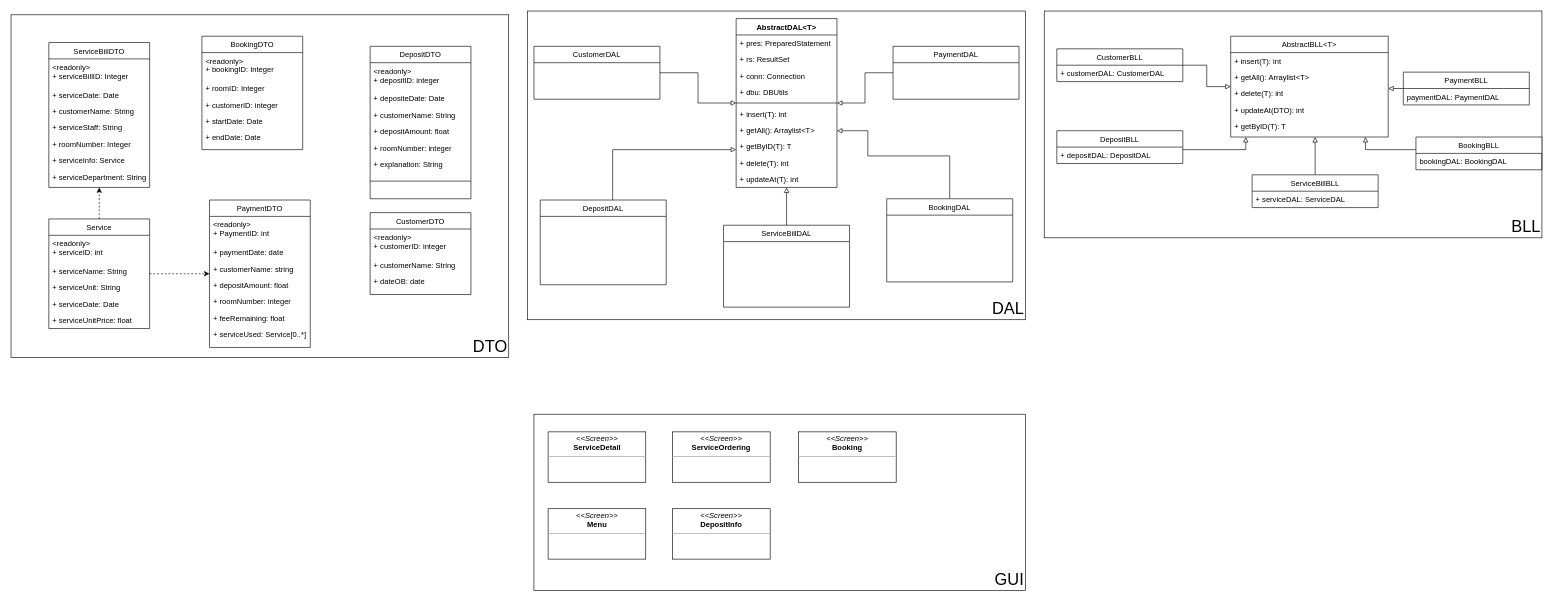
Before: Diagram/Class Diagram.drawio in jonathanha52/SE104.L23.PMCL, a draw.io diagram. Source tidied: cells renumbered, new cells numbered last; positions are measured from the earlier drawing's top-left corner, leaving out a move shared by most shapes. Both pictures are drawn from the tidied source at 63%, with x=0, y=0 at pixel (11, 11).
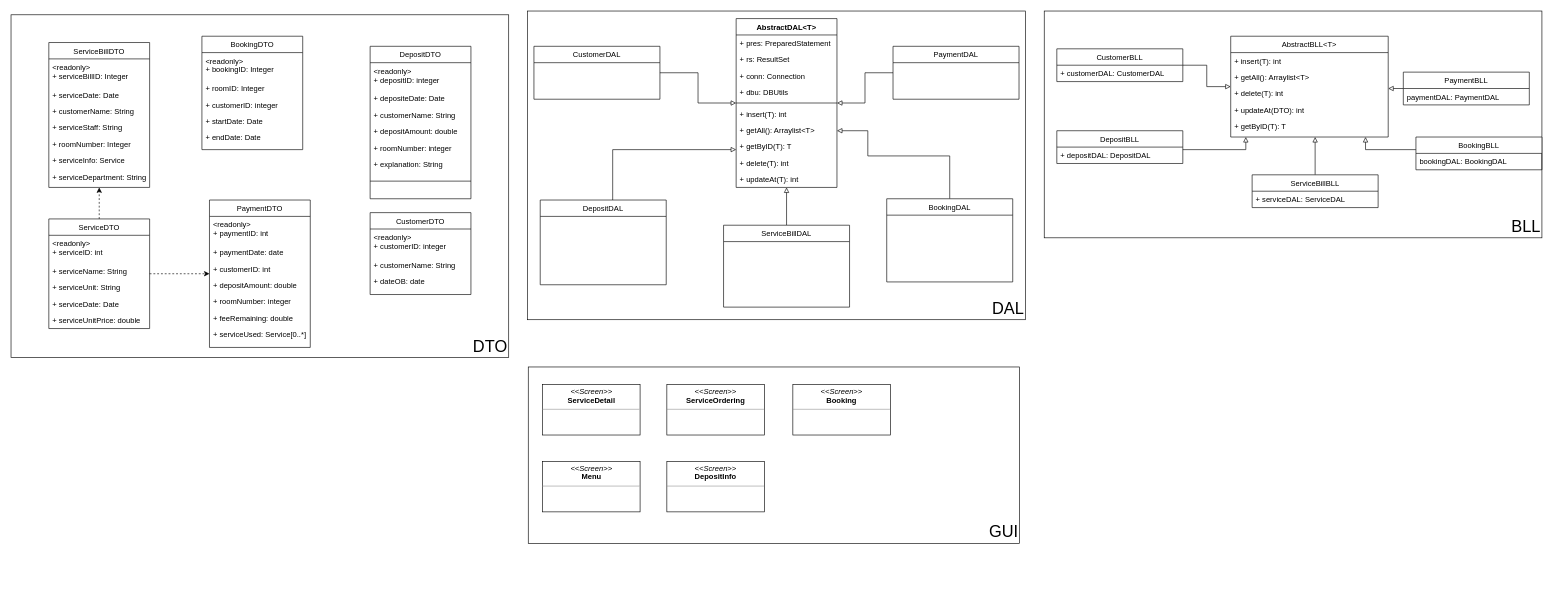
Above is the later version.

The change refers to these unchanged cells:
```xml
<mxCell id="20" value="DepositDTO" style="swimlane;fontStyle=0;align=center;verticalAlign=top;horizontal=1;startSize=26;rounded=0;shadow=0;strokeWidth=1;" parent="1" vertex="1">
  <mxGeometry x="570" y="56" width="160" height="242" as="geometry" />
</mxCell>
<mxCell id="28" value="PaymentDTO" style="swimlane;fontStyle=0;align=center;verticalAlign=top;horizontal=1;startSize=26;rounded=0;shadow=0;strokeWidth=1;" parent="1" vertex="1">
  <mxGeometry x="315" y="300" width="160" height="234" as="geometry" />
</mxCell>
```

What changed in the source:
```diff
@@
-    <mxCell id="14" value="Service" style="swimlane;fontStyle=0;align=center;verticalAlign=top;horizontal=1;startSize=26;rounded=0;shadow=0;strokeWidth=1;" parent="1" vertex="1">
+    <mxCell id="14" value="ServiceDTO" style="swimlane;fontStyle=0;align=center;verticalAlign=top;horizontal=1;startSize=26;rounded=0;shadow=0;strokeWidth=1;" parent="1" vertex="1">
       <mxGeometry x="60" y="330" width="160" height="174" as="geometry" />
     </mxCell>
@@
-    <mxCell id="19" value="+ serviceUnitPrice: float" style="text;align=left;verticalAlign=top;spacingLeft=4;spacingRight=4;overflow=hidden;rounded=0;shadow=0;html=0;" parent="14" vertex="1">
+    <mxCell id="19" value="+ serviceUnitPrice: double" style="text;align=left;verticalAlign=top;spacingLeft=4;spacingRight=4;overflow=hidden;rounded=0;shadow=0;html=0;" parent="14" vertex="1">
       <mxGeometry y="148" width="160" height="26" as="geometry" />
     </mxCell>
@@
-    <mxCell id="24" value="+ depositAmount: float" style="text;align=left;verticalAlign=top;spacingLeft=4;spacingRight=4;overflow=hidden;rounded=0;shadow=0;html=0;" parent="20" vertex="1">
+    <mxCell id="24" value="+ depositAmount: double" style="text;align=left;verticalAlign=top;spacingLeft=4;spacingRight=4;overflow=hidden;rounded=0;shadow=0;html=0;" parent="20" vertex="1">
       <mxGeometry y="122" width="160" height="26" as="geometry" />
     </mxCell>
@@
-    <mxCell id="29" value="&lt;readonly&gt;&#10;+ PaymentID: int" style="text;align=left;verticalAlign=top;spacingLeft=4;spacingRight=4;overflow=hidden;" parent="28" vertex="1">
+    <mxCell id="29" value="&lt;readonly&gt;&#10;+ paymentID: int" style="text;align=left;verticalAlign=top;spacingLeft=4;spacingRight=4;overflow=hidden;" parent="28" vertex="1">
       <mxGeometry y="26" width="160" height="44" as="geometry" />
     </mxCell>
@@
-    <mxCell id="31" value="+ customerName: string" style="text;align=left;verticalAlign=top;spacingLeft=4;spacingRight=4;overflow=hidden;rounded=0;shadow=0;html=0;" parent="28" vertex="1">
+    <mxCell id="31" value="+ customerID: int" style="text;align=left;verticalAlign=top;spacingLeft=4;spacingRight=4;overflow=hidden;rounded=0;shadow=0;html=0;" parent="28" vertex="1">
       <mxGeometry y="96" width="160" height="26" as="geometry" />
     </mxCell>
-    <mxCell id="32" value="+ depositAmount: float" style="text;align=left;verticalAlign=top;spacingLeft=4;spacingRight=4;overflow=hidden;rounded=0;shadow=0;html=0;" parent="28" vertex="1">
+    <mxCell id="32" value="+ depositAmount: double" style="text;align=left;verticalAlign=top;spacingLeft=4;spacingRight=4;overflow=hidden;rounded=0;shadow=0;html=0;" parent="28" vertex="1">
       <mxGeometry y="122" width="160" height="26" as="geometry" />
     </mxCell>
@@
-    <mxCell id="34" value="+ feeRemaining: float" style="text;align=left;verticalAlign=top;spacingLeft=4;spacingRight=4;overflow=hidden;rounded=0;shadow=0;html=0;" parent="28" vertex="1">
+    <mxCell id="34" value="+ feeRemaining: double" style="text;align=left;verticalAlign=top;spacingLeft=4;spacingRight=4;overflow=hidden;rounded=0;shadow=0;html=0;" parent="28" vertex="1">
       <mxGeometry y="174" width="160" height="26" as="geometry" />
     </mxCell>
@@
     <mxCell id="72" value="GUI" style="rounded=0;whiteSpace=wrap;html=1;fillColor=none;shadow=0;glass=0;align=right;verticalAlign=bottom;fontSize=26;" parent="1" vertex="1">
-      <mxGeometry x="830" y="640" width="780" height="280" as="geometry" />
+      <mxGeometry x="821" y="565" width="780" height="280" as="geometry" />
     </mxCell>
     <mxCell id="73" value="&lt;p style=&quot;margin: 0px ; margin-top: 4px ; text-align: center&quot;&gt;&lt;i&gt;&amp;lt;&amp;lt;Screen&amp;gt;&amp;gt;&lt;/i&gt;&lt;br&gt;&lt;b&gt;ServiceDetail&lt;/b&gt;&lt;/p&gt;&lt;hr size=&quot;1&quot;&gt;&lt;p style=&quot;margin: 0px ; margin-left: 4px&quot;&gt;&lt;br&gt;&lt;/p&gt;" style="verticalAlign=top;align=left;overflow=fill;fontSize=12;fontFamily=Helvetica;html=1;" parent="1" vertex="1">
-      <mxGeometry x="852.5" y="668" width="155" height="80" as="geometry" />
+      <mxGeometry x="843.5" y="593" width="155" height="80" as="geometry" />
     </mxCell>
     <mxCell id="74" value="&lt;p style=&quot;margin: 0px ; margin-top: 4px ; text-align: center&quot;&gt;&lt;i&gt;&amp;lt;&amp;lt;Screen&amp;gt;&amp;gt;&lt;/i&gt;&lt;br&gt;&lt;b&gt;ServiceOrdering&lt;/b&gt;&lt;/p&gt;&lt;hr size=&quot;1&quot;&gt;&lt;p style=&quot;margin: 0px ; margin-left: 4px&quot;&gt;&lt;br&gt;&lt;/p&gt;" style="verticalAlign=top;align=left;overflow=fill;fontSize=12;fontFamily=Helvetica;html=1;" parent="1" vertex="1">
-      <mxGeometry x="1050" y="668" width="155" height="80" as="geometry" />
+      <mxGeometry x="1041" y="593" width="155" height="80" as="geometry" />
     </mxCell>
     <mxCell id="75" value="&lt;p style=&quot;margin: 0px ; margin-top: 4px ; text-align: center&quot;&gt;&lt;i&gt;&amp;lt;&amp;lt;Screen&amp;gt;&amp;gt;&lt;/i&gt;&lt;br&gt;&lt;b&gt;Booking&lt;/b&gt;&lt;/p&gt;&lt;hr size=&quot;1&quot;&gt;&lt;p style=&quot;margin: 0px ; margin-left: 4px&quot;&gt;&lt;br&gt;&lt;/p&gt;" style="verticalAlign=top;align=left;overflow=fill;fontSize=12;fontFamily=Helvetica;html=1;" parent="1" vertex="1">
-      <mxGeometry x="1250" y="668" width="155" height="80" as="geometry" />
+      <mxGeometry x="1241" y="593" width="155" height="80" as="geometry" />
     </mxCell>
     <mxCell id="76" value="&lt;p style=&quot;margin: 0px ; margin-top: 4px ; text-align: center&quot;&gt;&lt;i&gt;&amp;lt;&amp;lt;Screen&amp;gt;&amp;gt;&lt;/i&gt;&lt;br&gt;&lt;b&gt;Menu&lt;/b&gt;&lt;/p&gt;&lt;hr size=&quot;1&quot;&gt;&lt;p style=&quot;margin: 0px ; margin-left: 4px&quot;&gt;&lt;br&gt;&lt;/p&gt;" style="verticalAlign=top;align=left;overflow=fill;fontSize=12;fontFamily=Helvetica;html=1;" parent="1" vertex="1">
-      <mxGeometry x="852.5" y="790" width="155" height="80" as="geometry" />
+      <mxGeometry x="843.5" y="715" width="155" height="80" as="geometry" />
     </mxCell>
     <mxCell id="77" value="&lt;p style=&quot;margin: 0px ; margin-top: 4px ; text-align: center&quot;&gt;&lt;i&gt;&amp;lt;&amp;lt;Screen&amp;gt;&amp;gt;&lt;/i&gt;&lt;br&gt;&lt;b&gt;DepositInfo&lt;/b&gt;&lt;/p&gt;&lt;hr size=&quot;1&quot;&gt;&lt;p style=&quot;margin: 0px ; margin-left: 4px&quot;&gt;&lt;br&gt;&lt;/p&gt;" style="verticalAlign=top;align=left;overflow=fill;fontSize=12;fontFamily=Helvetica;html=1;" parent="1" vertex="1">
-      <mxGeometry x="1050" y="790" width="155" height="80" as="geometry" />
+      <mxGeometry x="1041" y="715" width="155" height="80" as="geometry" />
     </mxCell>
```
